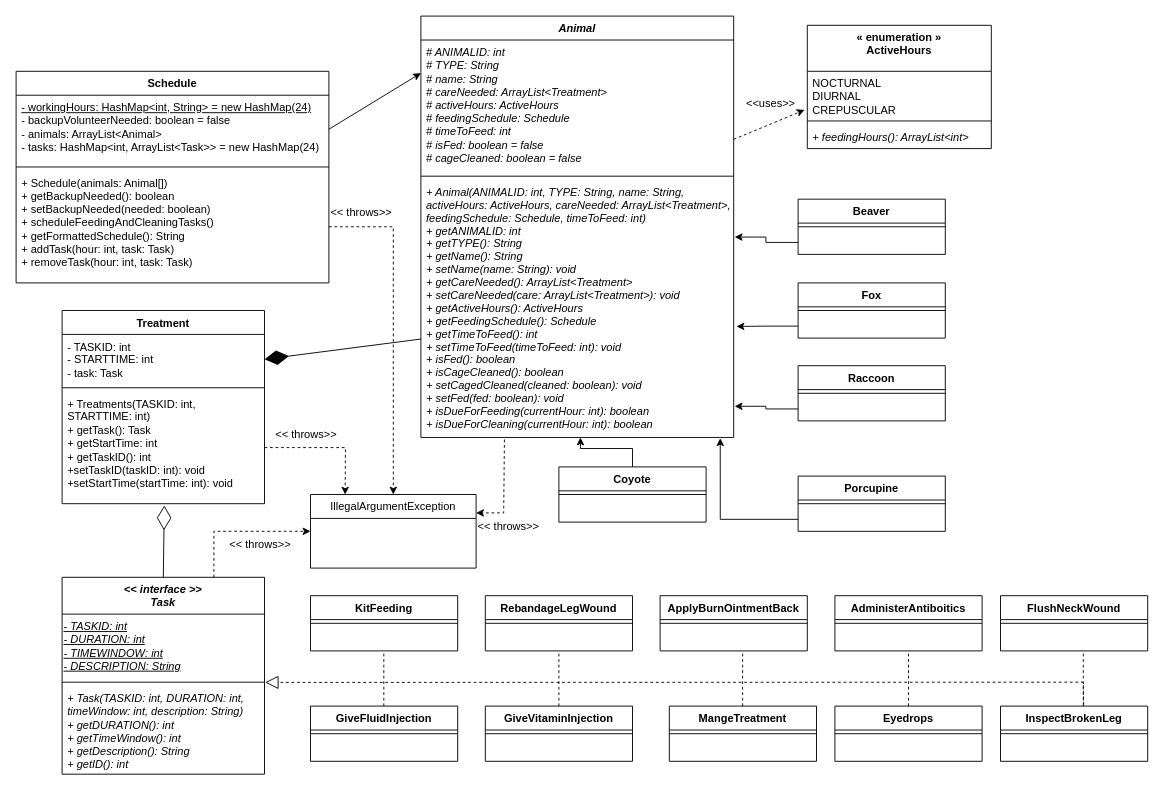
aryan-karadia/Mock-Schedule-Builder keeps this draw.io diagram as 64.drawio. Above is the earlier version. Source tidied: cells renumbered, new cells numbered last; positions are measured from the earlier drawing's top-left corner, leaving out a move shared by most shapes. Both pictures are drawn from the tidied source at 92%, with x=0, y=0 at pixel (16, 16).
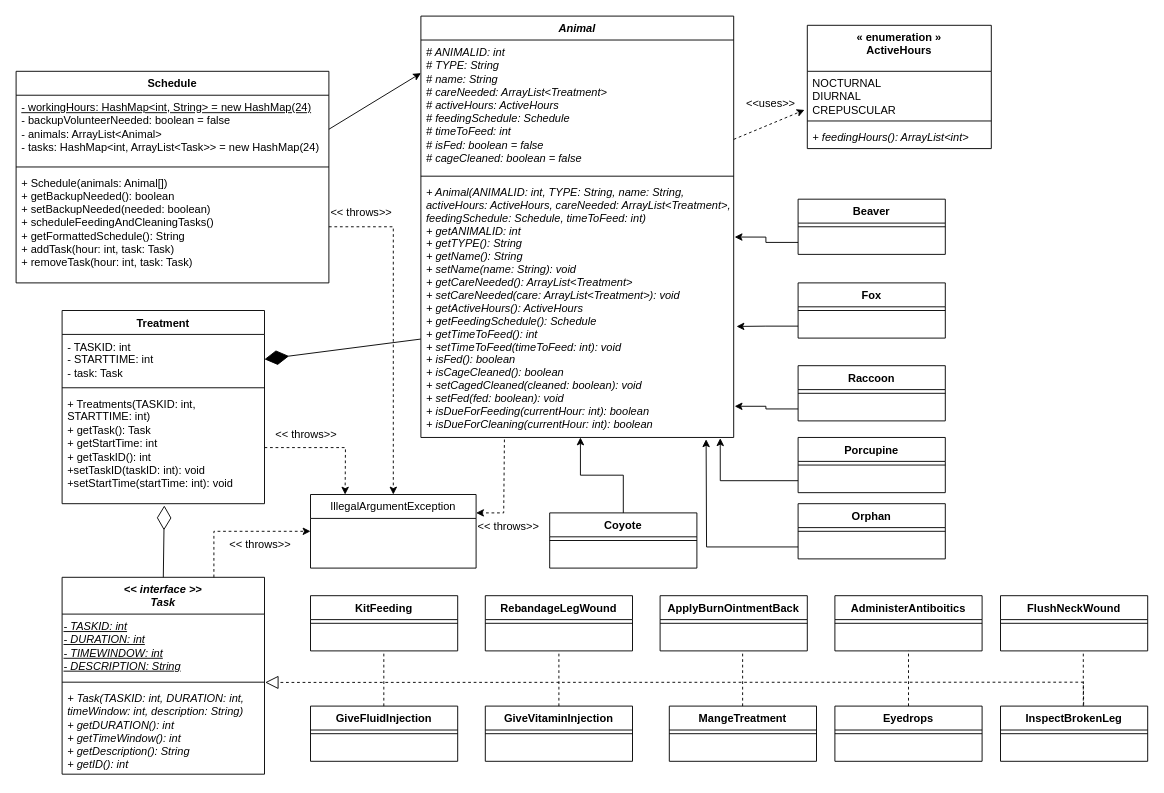
After the change.

Commit message:
Added Oprhan class extends Animal

What changed in the source:
```diff
@@
     <mxCell id="29" value="Coyote" style="swimlane;fontStyle=1;align=center;verticalAlign=top;horizontal=1;startSize=26;whiteSpace=wrap;html=1;" parent="1" vertex="1">
-      <mxGeometry x="590" y="490" width="160" height="60" as="geometry" />
+      <mxGeometry x="580" y="540" width="160" height="60" as="geometry" />
     </mxCell>
@@
     <mxCell id="41" value="Porcupine" style="swimlane;fontStyle=1;align=center;verticalAlign=top;horizontal=1;startSize=26;whiteSpace=wrap;html=1;" parent="1" vertex="1">
-      <mxGeometry x="850" y="500" width="160" height="60" as="geometry" />
+      <mxGeometry x="850" y="458" width="160" height="60" as="geometry" />
     </mxCell>
@@
+    <mxCell id="92" value="Orphan" style="swimlane;fontStyle=1;align=center;verticalAlign=top;horizontal=1;startSize=26;whiteSpace=wrap;html=1;" parent="1" vertex="1">
+      <mxGeometry x="850" y="530" width="160" height="60" as="geometry" />
+    </mxCell>
+    <mxCell id="93" style="line;strokeWidth=1;fillColor=none;align=left;verticalAlign=middle;spacingTop=-1;spacingLeft=3;spacingRight=3;labelPosition=right;strokeColor=inherit;" parent="92" vertex="1">
+      <mxGeometry y="26" width="160" height="8" as="geometry" />
+    </mxCell>
+    <mxCell id="94" style="edgeStyle=orthogonalEdgeStyle;rounded=0;jettySize=auto;html=1;" parent="92" edge="1" source="95">
+      <mxGeometry relative="1" as="geometry">
+        <mxPoint x="-100" y="-70" as="targetPoint" />
+      </mxGeometry>
+    </mxCell>
+    <mxCell id="95" value="&lt;br&gt;&lt;br&gt;" style="text;strokeColor=none;fillColor=none;align=left;verticalAlign=top;spacingLeft=4;spacingRight=4;overflow=hidden;points=[[0,0.5],[1,0.5]];portConstraint=eastwest;whiteSpace=wrap;html=1;" parent="92" vertex="1">
+      <mxGeometry y="34" width="160" height="26" as="geometry" />
+    </mxCell>
```
